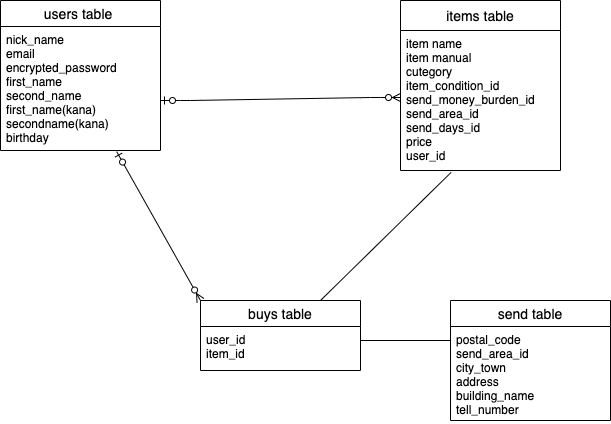
Before: furima.drawio.png, a diagram exported from draw.io (oguken/furima-33845). Source tidied: cells renumbered, new cells last; positions are measured from the earlier drawing's top-left corner, leaving out a move shared by most shapes.
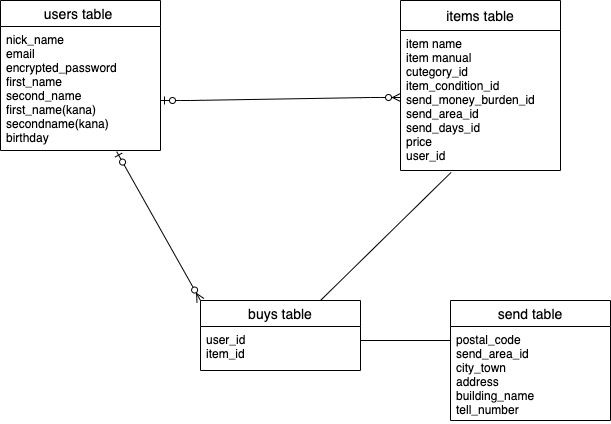
After the change.

Commit message:
データベース設計５

The edit, as a diff of the source:
```diff
@@ -11,7 +11,7 @@
     <mxCell id="4" value="items table" style="swimlane;fontStyle=0;horizontal=1;startSize=30;align=center;fontSize=14;" parent="1" vertex="1">
       <mxGeometry x="400" width="160" height="170" as="geometry" />
     </mxCell>
-    <mxCell id="5" value="item name&#10;item manual&#10;cutegory&#10;item_condition_id&#10;send_money_burden_id&#10;send_area_id&#10;send_days_id&#10;price&#10;user_id&#10;&#10;&#10; &#10;&#10;&#10;" style="text;strokeColor=none;fillColor=none;spacingLeft=4;spacingRight=4;overflow=hidden;points=[[0,0.5],[1,0.5]];portConstraint=eastwest;fontSize=12;" parent="4" vertex="1">
+    <mxCell id="5" value="item name&#10;item manual&#10;cutegory_id&#10;item_condition_id&#10;send_money_burden_id&#10;send_area_id&#10;send_days_id&#10;price&#10;user_id&#10;&#10;&#10; &#10;&#10;&#10;" style="text;strokeColor=none;fillColor=none;spacingLeft=4;spacingRight=4;overflow=hidden;points=[[0,0.5],[1,0.5]];portConstraint=eastwest;fontSize=12;" parent="4" vertex="1">
       <mxGeometry y="30" width="160" height="140" as="geometry" />
     </mxCell>
     <mxCell id="6" value="send table" style="swimlane;fontStyle=0;horizontal=1;startSize=26;align=center;fontSize=14;" parent="1" vertex="1">
```
